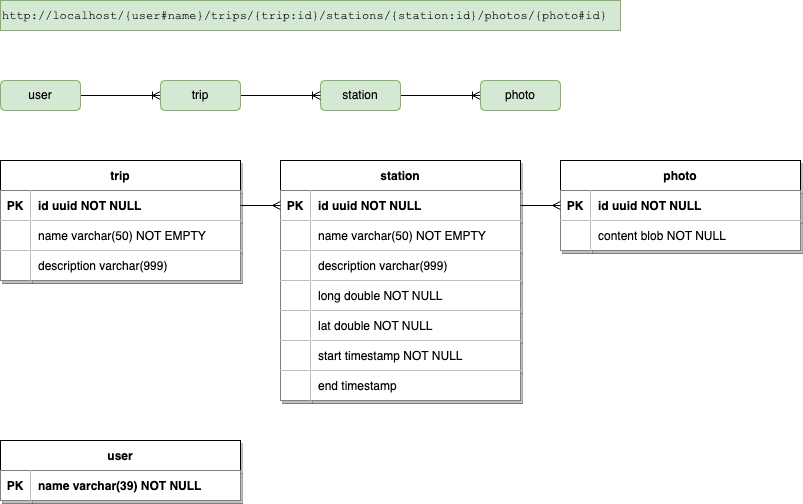
caiopeia/travlr keeps this draw.io diagram as doc/entities.drawio.png. Above is the earlier version. Source tidied: cells renumbered, new cells last; positions are measured from the earlier drawing's top-left corner, leaving out a move shared by most shapes. Source of this version:
```xml
<mxGraphModel>
  <root>
    <mxCell id="0" />
    <mxCell id="1" parent="0" />
    <mxCell id="2" style="edgeStyle=orthogonalEdgeStyle;rounded=0;jettySize=auto;html=1;entryX=0;entryY=0.5;entryDx=0;entryDy=0;endArrow=ERoneToMany;endFill=0;" parent="1" edge="1" source="3" target="8">
      <mxGeometry relative="1" as="geometry" />
    </mxCell>
    <mxCell id="3" value="user" style="rounded=1;whiteSpace=wrap;html=1;fillColor=#d5e8d4;strokeColor=#82b366;" parent="1" vertex="1">
      <mxGeometry y="80" width="80" height="30" as="geometry" />
    </mxCell>
    <mxCell id="4" style="edgeStyle=orthogonalEdgeStyle;rounded=0;jettySize=auto;html=1;entryX=0;entryY=0.5;entryDx=0;entryDy=0;endArrow=ERoneToMany;endFill=0;" parent="1" edge="1" source="5" target="6">
      <mxGeometry relative="1" as="geometry" />
    </mxCell>
    <mxCell id="5" value="station" style="rounded=1;whiteSpace=wrap;html=1;fillColor=#d5e8d4;strokeColor=#82b366;" parent="1" vertex="1">
      <mxGeometry x="320" y="80" width="80" height="30" as="geometry" />
    </mxCell>
    <mxCell id="6" value="photo" style="rounded=1;whiteSpace=wrap;html=1;fillColor=#d5e8d4;strokeColor=#82b366;" parent="1" vertex="1">
      <mxGeometry x="480" y="80" width="80" height="30" as="geometry" />
    </mxCell>
    <mxCell id="7" style="edgeStyle=orthogonalEdgeStyle;rounded=0;jettySize=auto;html=1;entryX=0;entryY=0.5;entryDx=0;entryDy=0;endArrow=ERoneToMany;endFill=0;" parent="1" edge="1" source="8" target="5">
      <mxGeometry relative="1" as="geometry" />
    </mxCell>
    <mxCell id="8" value="trip" style="rounded=1;whiteSpace=wrap;html=1;fillColor=#d5e8d4;strokeColor=#82b366;" parent="1" vertex="1">
      <mxGeometry x="160" y="80" width="80" height="30" as="geometry" />
    </mxCell>
    <mxCell id="9" value="user" style="shape=table;startSize=30;rowLines=0;fontStyle=1;align=center;shadow=1;" parent="1" vertex="1">
      <mxGeometry y="440" width="240" height="60" as="geometry" />
    </mxCell>
    <mxCell id="10" style="shape=partialRectangle;fillColor=none;top=0;left=0;right=0;bottom=1;shadow=1;" parent="9" vertex="1">
      <mxGeometry y="30" width="240" height="30" as="geometry" />
    </mxCell>
    <mxCell id="11" value="PK" style="shape=partialRectangle;overflow=hidden;top=0;left=0;bottom=0;right=0;fontStyle=1;shadow=1;" parent="10" vertex="1">
      <mxGeometry width="30" height="30" as="geometry" />
    </mxCell>
    <mxCell id="12" value="name varchar(39) NOT NULL " style="shape=partialRectangle;overflow=hidden;top=0;left=0;bottom=0;right=0;align=left;spacingLeft=6;fontStyle=1;shadow=1;" parent="10" vertex="1">
      <mxGeometry x="30" width="210" height="30" as="geometry" />
    </mxCell>
    <mxCell id="13" value="station" style="shape=table;startSize=30;rowLines=0;fontStyle=1;align=center;shadow=1;" parent="1" vertex="1">
      <mxGeometry x="280" y="160" width="240" height="240" as="geometry" />
    </mxCell>
    <mxCell id="14" style="shape=partialRectangle;fillColor=none;points=[[0,0.5],[1,0.5]];portConstraint=eastwest;top=0;left=0;right=0;bottom=1;shadow=1;" parent="13" vertex="1">
      <mxGeometry y="30" width="240" height="30" as="geometry" />
    </mxCell>
    <mxCell id="15" value="PK" style="shape=partialRectangle;overflow=hidden;top=0;left=0;bottom=0;right=0;fontStyle=1;shadow=1;" parent="14" vertex="1">
      <mxGeometry width="30" height="30" as="geometry" />
    </mxCell>
    <mxCell id="16" value="id uuid NOT NULL" style="shape=partialRectangle;overflow=hidden;top=0;left=0;bottom=0;right=0;align=left;spacingLeft=6;fontStyle=1;shadow=1;" parent="14" vertex="1">
      <mxGeometry x="30" width="210" height="30" as="geometry" />
    </mxCell>
    <mxCell id="17" style="shape=partialRectangle;fillColor=none;top=0;left=0;right=0;bottom=1;shadow=1;" parent="13" vertex="1">
      <mxGeometry y="60" width="240" height="30" as="geometry" />
    </mxCell>
    <mxCell id="18" style="shape=partialRectangle;overflow=hidden;top=0;left=0;bottom=0;right=0;fontStyle=1;shadow=1;" parent="17" vertex="1">
      <mxGeometry width="30" height="30" as="geometry" />
    </mxCell>
    <mxCell id="19" value="name varchar(50) NOT EMPTY" style="shape=partialRectangle;overflow=hidden;top=0;left=0;bottom=0;right=0;align=left;spacingLeft=6;fontStyle=0;shadow=1;" parent="17" vertex="1">
      <mxGeometry x="30" width="210" height="30" as="geometry" />
    </mxCell>
    <mxCell id="20" style="shape=partialRectangle;fillColor=none;top=0;left=0;right=0;bottom=1;shadow=1;" parent="13" vertex="1">
      <mxGeometry y="90" width="240" height="30" as="geometry" />
    </mxCell>
    <mxCell id="21" style="shape=partialRectangle;overflow=hidden;top=0;left=0;bottom=0;right=0;fontStyle=1;shadow=1;" parent="20" vertex="1">
      <mxGeometry width="30" height="30" as="geometry" />
    </mxCell>
    <mxCell id="22" value="description varchar(999)" style="shape=partialRectangle;overflow=hidden;top=0;left=0;bottom=0;right=0;align=left;spacingLeft=6;fontStyle=0;shadow=1;" parent="20" vertex="1">
      <mxGeometry x="30" width="210" height="30" as="geometry" />
    </mxCell>
    <mxCell id="23" style="shape=partialRectangle;fillColor=none;top=0;left=0;right=0;bottom=1;shadow=1;" parent="13" vertex="1">
      <mxGeometry y="120" width="240" height="30" as="geometry" />
    </mxCell>
    <mxCell id="24" style="shape=partialRectangle;overflow=hidden;top=0;left=0;bottom=0;right=0;fontStyle=1;shadow=1;" parent="23" vertex="1">
      <mxGeometry width="30" height="30" as="geometry" />
    </mxCell>
    <mxCell id="25" value="long double NOT NULL" style="shape=partialRectangle;overflow=hidden;top=0;left=0;bottom=0;right=0;align=left;spacingLeft=6;fontStyle=0;shadow=1;" parent="23" vertex="1">
      <mxGeometry x="30" width="210" height="30" as="geometry" />
    </mxCell>
    <mxCell id="26" style="shape=partialRectangle;fillColor=none;top=0;left=0;right=0;bottom=1;shadow=1;" parent="13" vertex="1">
      <mxGeometry y="150" width="240" height="30" as="geometry" />
    </mxCell>
    <mxCell id="27" style="shape=partialRectangle;overflow=hidden;top=0;left=0;bottom=0;right=0;fontStyle=1;shadow=1;" parent="26" vertex="1">
      <mxGeometry width="30" height="30" as="geometry" />
    </mxCell>
    <mxCell id="28" value="lat double NOT NULL" style="shape=partialRectangle;overflow=hidden;top=0;left=0;bottom=0;right=0;align=left;spacingLeft=6;fontStyle=0;shadow=1;" parent="26" vertex="1">
      <mxGeometry x="30" width="210" height="30" as="geometry" />
    </mxCell>
    <mxCell id="29" style="shape=partialRectangle;fillColor=none;top=0;left=0;right=0;bottom=1;shadow=1;" parent="13" vertex="1">
      <mxGeometry y="180" width="240" height="30" as="geometry" />
    </mxCell>
    <mxCell id="30" style="shape=partialRectangle;overflow=hidden;top=0;left=0;bottom=0;right=0;fontStyle=1;shadow=1;" parent="29" vertex="1">
      <mxGeometry width="30" height="30" as="geometry" />
    </mxCell>
    <mxCell id="31" value="start timestamp NOT NULL" style="shape=partialRectangle;overflow=hidden;top=0;left=0;bottom=0;right=0;align=left;spacingLeft=6;fontStyle=0;shadow=1;" parent="29" vertex="1">
      <mxGeometry x="30" width="210" height="30" as="geometry" />
    </mxCell>
    <mxCell id="32" style="shape=partialRectangle;fillColor=none;top=0;left=0;right=0;bottom=1;shadow=1;" parent="13" vertex="1">
      <mxGeometry y="210" width="240" height="30" as="geometry" />
    </mxCell>
    <mxCell id="33" style="shape=partialRectangle;overflow=hidden;top=0;left=0;bottom=0;right=0;fontStyle=1;shadow=1;" parent="32" vertex="1">
      <mxGeometry width="30" height="30" as="geometry" />
    </mxCell>
    <mxCell id="34" value="end timestamp" style="shape=partialRectangle;overflow=hidden;top=0;left=0;bottom=0;right=0;align=left;spacingLeft=6;fontStyle=0;shadow=1;" parent="32" vertex="1">
      <mxGeometry x="30" width="210" height="30" as="geometry" />
    </mxCell>
    <mxCell id="35" value="photo" style="shape=table;startSize=30;rowLines=0;fontStyle=1;align=center;shadow=1;" parent="1" vertex="1">
      <mxGeometry x="560" y="160" width="240" height="90" as="geometry" />
    </mxCell>
    <mxCell id="36" style="shape=partialRectangle;fillColor=none;points=[[0,0.5],[1,0.5]];portConstraint=eastwest;top=0;left=0;right=0;bottom=1;shadow=1;" parent="35" vertex="1">
      <mxGeometry y="30" width="240" height="30" as="geometry" />
    </mxCell>
    <mxCell id="37" value="PK" style="shape=partialRectangle;overflow=hidden;top=0;left=0;bottom=0;right=0;fontStyle=1;shadow=1;" parent="36" vertex="1">
      <mxGeometry width="30" height="30" as="geometry" />
    </mxCell>
    <mxCell id="38" value="id uuid NOT NULL" style="shape=partialRectangle;overflow=hidden;top=0;left=0;bottom=0;right=0;align=left;spacingLeft=6;fontStyle=1;shadow=1;" parent="36" vertex="1">
      <mxGeometry x="30" width="210" height="30" as="geometry" />
    </mxCell>
    <mxCell id="39" style="shape=partialRectangle;fillColor=none;top=0;left=0;right=0;bottom=1;shadow=1;" parent="35" vertex="1">
      <mxGeometry y="60" width="240" height="30" as="geometry" />
    </mxCell>
    <mxCell id="40" style="shape=partialRectangle;overflow=hidden;top=0;left=0;bottom=0;right=0;fontStyle=1;shadow=1;" parent="39" vertex="1">
      <mxGeometry width="30" height="30" as="geometry" />
    </mxCell>
    <mxCell id="41" value="content blob NOT NULL" style="shape=partialRectangle;overflow=hidden;top=0;left=0;bottom=0;right=0;align=left;spacingLeft=6;fontStyle=0;shadow=1;" parent="39" vertex="1">
      <mxGeometry x="30" width="210" height="30" as="geometry" />
    </mxCell>
    <mxCell id="42" value="trip" style="shape=table;startSize=30;rowLines=0;fontStyle=1;align=center;shadow=1;" parent="1" vertex="1">
      <mxGeometry y="160" width="240" height="120" as="geometry" />
    </mxCell>
    <mxCell id="43" style="shape=partialRectangle;fillColor=none;points=[[0,0.5],[1,0.5]];portConstraint=eastwest;top=0;left=0;right=0;bottom=1;shadow=1;" parent="42" vertex="1">
      <mxGeometry y="30" width="240" height="30" as="geometry" />
    </mxCell>
    <mxCell id="44" value="PK" style="shape=partialRectangle;overflow=hidden;top=0;left=0;bottom=0;right=0;fontStyle=1;shadow=1;" parent="43" vertex="1">
      <mxGeometry width="30" height="30" as="geometry" />
    </mxCell>
    <mxCell id="45" value="id uuid NOT NULL " style="shape=partialRectangle;overflow=hidden;top=0;left=0;bottom=0;right=0;align=left;spacingLeft=6;fontStyle=1;shadow=1;" parent="43" vertex="1">
      <mxGeometry x="30" width="210" height="30" as="geometry" />
    </mxCell>
    <mxCell id="46" style="shape=partialRectangle;fillColor=none;top=0;left=0;right=0;bottom=1;shadow=1;" parent="42" vertex="1">
      <mxGeometry y="60" width="240" height="30" as="geometry" />
    </mxCell>
    <mxCell id="47" style="shape=partialRectangle;overflow=hidden;top=0;left=0;bottom=0;right=0;fontStyle=1;shadow=1;" parent="46" vertex="1">
      <mxGeometry width="30" height="30" as="geometry" />
    </mxCell>
    <mxCell id="48" value="name varchar(50) NOT EMPTY" style="shape=partialRectangle;overflow=hidden;top=0;left=0;bottom=0;right=0;align=left;spacingLeft=6;fontStyle=0;shadow=1;" parent="46" vertex="1">
      <mxGeometry x="30" width="210" height="30" as="geometry" />
    </mxCell>
    <mxCell id="49" style="shape=partialRectangle;fillColor=none;top=0;left=0;right=0;bottom=1;shadow=1;" parent="42" vertex="1">
      <mxGeometry y="90" width="240" height="30" as="geometry" />
    </mxCell>
    <mxCell id="50" style="shape=partialRectangle;overflow=hidden;top=0;left=0;bottom=0;right=0;fontStyle=1;shadow=1;" parent="49" vertex="1">
      <mxGeometry width="30" height="30" as="geometry" />
    </mxCell>
    <mxCell id="51" value="description varchar(999)" style="shape=partialRectangle;overflow=hidden;top=0;left=0;bottom=0;right=0;align=left;spacingLeft=6;fontStyle=0;shadow=1;" parent="49" vertex="1">
      <mxGeometry x="30" width="210" height="30" as="geometry" />
    </mxCell>
    <mxCell id="52" style="edgeStyle=orthogonalEdgeStyle;rounded=0;jettySize=auto;html=1;endArrow=ERmany;endFill=0;" parent="1" edge="1" source="43" target="14">
      <mxGeometry relative="1" as="geometry" />
    </mxCell>
    <mxCell id="53" style="edgeStyle=orthogonalEdgeStyle;rounded=0;jettySize=auto;html=1;endArrow=ERmany;endFill=0;" parent="1" edge="1" source="14" target="36">
      <mxGeometry relative="1" as="geometry" />
    </mxCell>
    <mxCell id="54" value="&lt;font face=&quot;Courier New&quot;&gt;http://localhost/{user#name}/trips/{trip:id}/stations/{station:id}/photos/{photo#id}&lt;/font&gt;" style="text;html=1;align=left;verticalAlign=middle;whiteSpace=wrap;rounded=0;fillColor=#d5e8d4;strokeColor=#82b366;" parent="1" vertex="1">
      <mxGeometry width="620" height="30" as="geometry" />
    </mxCell>
  </root>
</mxGraphModel>
```
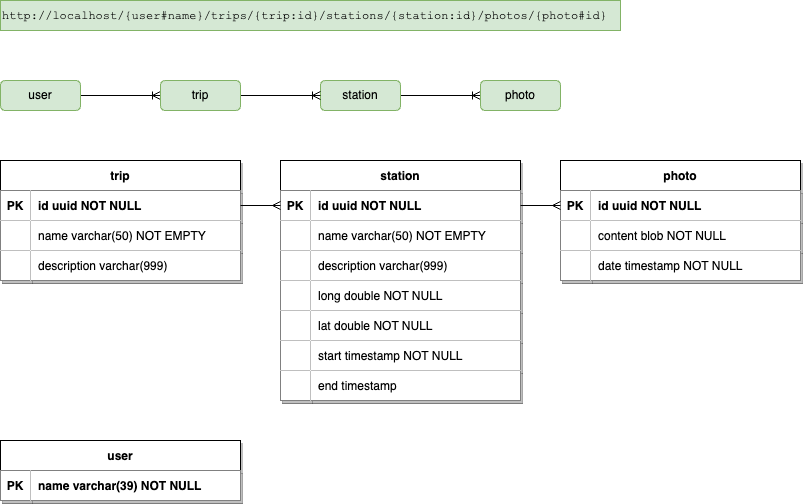
The same diagram one commit later.

Commit message:
add field date to entity photo

Diff of the diagram source:
```diff
@@ -102,7 +102,7 @@
       <mxGeometry x="30" width="210" height="30" as="geometry" />
     </mxCell>
     <mxCell id="35" value="photo" style="shape=table;startSize=30;rowLines=0;fontStyle=1;align=center;shadow=1;" parent="1" vertex="1">
-      <mxGeometry x="560" y="160" width="240" height="90" as="geometry" />
+      <mxGeometry x="560" y="160" width="240" height="120" as="geometry" />
     </mxCell>
     <mxCell id="36" style="shape=partialRectangle;fillColor=none;points=[[0,0.5],[1,0.5]];portConstraint=eastwest;top=0;left=0;right=0;bottom=1;shadow=1;" parent="35" vertex="1">
       <mxGeometry y="30" width="240" height="30" as="geometry" />
@@ -122,6 +122,15 @@
     <mxCell id="41" value="content blob NOT NULL" style="shape=partialRectangle;overflow=hidden;top=0;left=0;bottom=0;right=0;align=left;spacingLeft=6;fontStyle=0;shadow=1;" parent="39" vertex="1">
       <mxGeometry x="30" width="210" height="30" as="geometry" />
     </mxCell>
+    <mxCell id="55" style="shape=partialRectangle;fillColor=none;top=0;left=0;right=0;bottom=1;shadow=1;" parent="35" vertex="1">
+      <mxGeometry y="90" width="240" height="30" as="geometry" />
+    </mxCell>
+    <mxCell id="56" style="shape=partialRectangle;overflow=hidden;top=0;left=0;bottom=0;right=0;fontStyle=1;shadow=1;" parent="55" vertex="1">
+      <mxGeometry width="30" height="30" as="geometry" />
+    </mxCell>
+    <mxCell id="57" value="date timestamp NOT NULL" style="shape=partialRectangle;overflow=hidden;top=0;left=0;bottom=0;right=0;align=left;spacingLeft=6;fontStyle=0;shadow=1;" parent="55" vertex="1">
+      <mxGeometry x="30" width="210" height="30" as="geometry" />
+    </mxCell>
     <mxCell id="42" value="trip" style="shape=table;startSize=30;rowLines=0;fontStyle=1;align=center;shadow=1;" parent="1" vertex="1">
       <mxGeometry y="160" width="240" height="120" as="geometry" />
     </mxCell>
```
